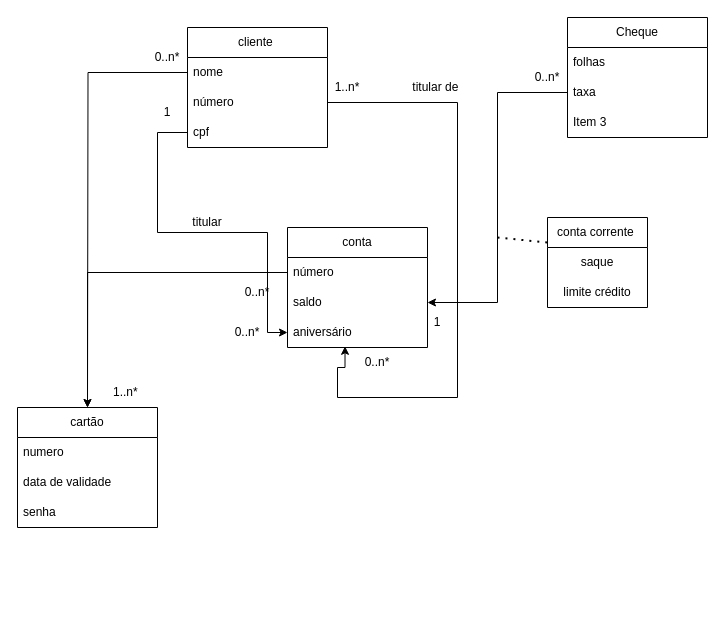
Before: page "19" (6 of 8) of pré-g2.drawio in livramos/Modelagem-de-Dados-, a draw.io diagram. Source tidied: cells renumbered, new cells numbered last; positions are measured from the earlier drawing's top-left corner, leaving out a move shared by most shapes. Both pictures are drawn from the tidied source at 100%, with x=0, y=0 at pixel (17, 17).
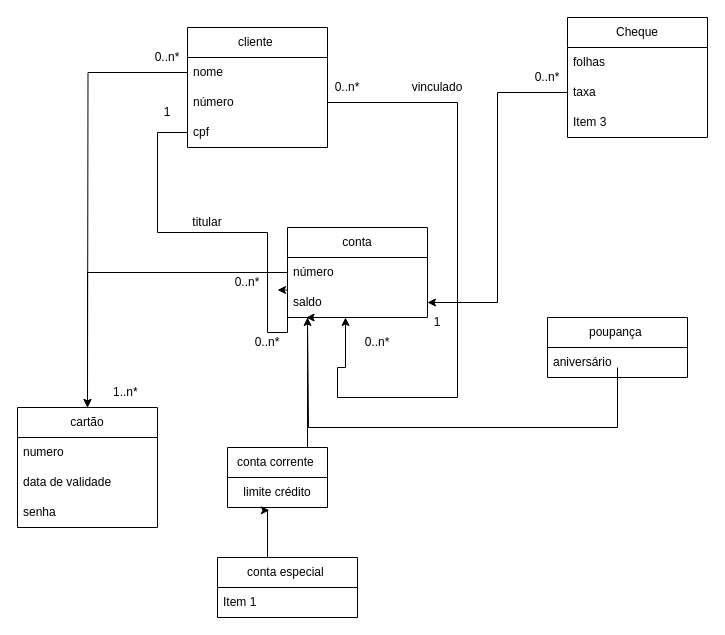
The same diagram, later.

Unchanged cells that the change refers to:
```xml
<mxCell id="4" value="saldo" style="text;strokeColor=none;fillColor=none;align=left;verticalAlign=middle;spacingLeft=4;spacingRight=4;overflow=hidden;points=[[0,0.5],[1,0.5]];portConstraint=eastwest;whiteSpace=wrap;html=1;" parent="2" vertex="1">
  <mxGeometry y="60" width="140" height="30" as="geometry" />
</mxCell>
<mxCell id="9" value="número&amp;nbsp;" style="text;strokeColor=none;fillColor=none;align=left;verticalAlign=middle;spacingLeft=4;spacingRight=4;overflow=hidden;points=[[0,0.5],[1,0.5]];portConstraint=eastwest;whiteSpace=wrap;html=1;" parent="6" vertex="1">
  <mxGeometry y="60" width="140" height="30" as="geometry" />
</mxCell>
<mxCell id="10" value="cpf" style="text;strokeColor=none;fillColor=none;align=left;verticalAlign=middle;spacingLeft=4;spacingRight=4;overflow=hidden;points=[[0,0.5],[1,0.5]];portConstraint=eastwest;whiteSpace=wrap;html=1;" parent="6" vertex="1">
  <mxGeometry y="90" width="140" height="30" as="geometry" />
</mxCell>
```

What changed in the source:
```diff
@@
     <mxCell id="2" value="conta" style="swimlane;fontStyle=0;horizontal=1;startSize=30;whiteSpace=wrap;html=1;" parent="1" vertex="1">
-      <mxGeometry x="270" y="210" width="140" height="120" as="geometry" />
+      <mxGeometry x="270" y="210" width="140" height="90" as="geometry" />
     </mxCell>
@@
-    <mxCell id="5" value="aniversário" style="text;strokeColor=none;fillColor=none;align=left;verticalAlign=middle;spacingLeft=4;spacingRight=4;overflow=hidden;points=[[0,0.5],[1,0.5]];portConstraint=eastwest;whiteSpace=wrap;html=1;" parent="2" vertex="1">
-      <mxGeometry y="90" width="140" height="30" as="geometry" />
-    </mxCell>
@@
-    <mxCell id="11" style="edgeStyle=orthogonalEdgeStyle;rounded=0;jettySize=auto;html=1;" parent="1" edge="1" source="10" target="5">
+    <mxCell id="11" style="edgeStyle=orthogonalEdgeStyle;rounded=0;jettySize=auto;html=1;entryX=1;entryY=0.75;entryDx=0;entryDy=0;" parent="1" edge="1" source="10" target="36">
       <mxGeometry relative="1" as="geometry">
         <Array as="points">
           <mxPoint x="140" y="115" />
           <mxPoint x="140" y="215" />
           <mxPoint x="250" y="215" />
           <mxPoint x="250" y="315" />
+          <mxPoint x="270" y="315" />
         </Array>
       </mxGeometry>
     </mxCell>
-    <mxCell id="12" style="edgeStyle=orthogonalEdgeStyle;rounded=0;jettySize=auto;html=1;entryX=0.411;entryY=0.96;entryDx=0;entryDy=0;entryPerimeter=0;" parent="1" edge="1" source="9" target="5">
+    <mxCell id="12" style="edgeStyle=orthogonalEdgeStyle;rounded=0;jettySize=auto;html=1;" parent="1" edge="1" source="9" target="4">
       <mxGeometry relative="1" as="geometry">
         <Array as="points">
           <mxPoint x="440" y="85" />
           <mxPoint x="440" y="380" />
           <mxPoint x="320" y="380" />
           <mxPoint x="320" y="350" />
           <mxPoint x="328" y="350" />
         </Array>
       </mxGeometry>
     </mxCell>
@@
     <mxCell id="14" value="0..n*" style="text;html=1;align=center;verticalAlign=middle;whiteSpace=wrap;rounded=0;" parent="1" vertex="1">
-      <mxGeometry x="200" y="300" width="60" height="30" as="geometry" />
+      <mxGeometry x="220" y="310" width="60" height="30" as="geometry" />
     </mxCell>
-    <mxCell id="15" value="1..n*" style="text;html=1;align=center;verticalAlign=middle;whiteSpace=wrap;rounded=0;" parent="1" vertex="1">
+    <mxCell id="15" value="0..n*" style="text;html=1;align=center;verticalAlign=middle;whiteSpace=wrap;rounded=0;" parent="1" vertex="1">
       <mxGeometry x="300" y="55" width="60" height="30" as="geometry" />
     </mxCell>
     <mxCell id="16" value="0..n*" style="text;html=1;align=center;verticalAlign=middle;whiteSpace=wrap;rounded=0;" parent="1" vertex="1">
-      <mxGeometry x="330" y="330" width="60" height="30" as="geometry" />
+      <mxGeometry x="330" y="310" width="60" height="30" as="geometry" />
     </mxCell>
-    <mxCell id="17" value="titular de&amp;nbsp;" style="text;html=1;align=center;verticalAlign=middle;whiteSpace=wrap;rounded=0;rotation=0;" parent="1" vertex="1">
+    <mxCell id="17" value="vinculado" style="text;html=1;align=center;verticalAlign=middle;whiteSpace=wrap;rounded=0;rotation=0;" parent="1" vertex="1">
       <mxGeometry x="390" y="55" width="60" height="30" as="geometry" />
     </mxCell>
@@
     <mxCell id="24" value="conta corrente&amp;nbsp;" style="swimlane;fontStyle=0;horizontal=1;startSize=30;whiteSpace=wrap;html=1;" parent="1" vertex="1">
-      <mxGeometry x="530" y="200" width="100" height="90" as="geometry" />
+      <mxGeometry x="210" y="430" width="100" height="60" as="geometry" />
     </mxCell>
-    <mxCell id="25" value="saque" style="text;html=1;align=center;verticalAlign=middle;whiteSpace=wrap;rounded=0;" parent="24" vertex="1">
-      <mxGeometry y="30" width="100" height="30" as="geometry" />
-    </mxCell>
     <mxCell id="26" value="limite crédito" style="text;html=1;align=center;verticalAlign=middle;whiteSpace=wrap;rounded=0;" parent="24" vertex="1">
-      <mxGeometry y="60" width="100" height="30" as="geometry" />
+      <mxGeometry y="30" width="100" height="30" as="geometry" />
     </mxCell>
-    <mxCell id="27" style="endArrow=none;dashed=1;html=1;dashPattern=1 3;strokeWidth=2;rounded=0;entryX=0;entryY=0.5;entryDx=0;entryDy=0;" parent="1" edge="1">
-      <mxGeometry relative="1" as="geometry">
-        <mxPoint x="480" y="220" as="sourcePoint" />
-        <mxPoint x="530" y="225" as="targetPoint" />
-      </mxGeometry>
-    </mxCell>
@@
     <mxCell id="36" value="0..n*" style="text;html=1;align=center;verticalAlign=middle;whiteSpace=wrap;rounded=0;" parent="1" vertex="1">
-      <mxGeometry x="210" y="260" width="60" height="30" as="geometry" />
+      <mxGeometry x="200" y="250" width="60" height="30" as="geometry" />
     </mxCell>
@@
+    <mxCell id="38" style="edgeStyle=orthogonalEdgeStyle;rounded=0;jettySize=auto;html=1;entryX=0.133;entryY=1;entryDx=0;entryDy=0;entryPerimeter=0;" parent="1" edge="1" source="24" target="4">
+      <mxGeometry relative="1" as="geometry">
+        <Array as="points">
+          <mxPoint x="290" y="300" />
+        </Array>
+      </mxGeometry>
+    </mxCell>
+    <mxCell id="39" style="edgeStyle=orthogonalEdgeStyle;rounded=0;jettySize=auto;html=1;entryX=0.418;entryY=1.093;entryDx=0;entryDy=0;entryPerimeter=0;" parent="1" edge="1" source="40" target="26">
+      <mxGeometry relative="1" as="geometry">
+        <Array as="points">
+          <mxPoint x="250" y="570" />
+          <mxPoint x="250" y="493" />
+        </Array>
+      </mxGeometry>
+    </mxCell>
+    <mxCell id="40" value="conta especial&amp;nbsp;" style="swimlane;fontStyle=0;horizontal=1;startSize=30;whiteSpace=wrap;html=1;" parent="1" vertex="1">
+      <mxGeometry x="200" y="540" width="140" height="60" as="geometry" />
+    </mxCell>
+    <mxCell id="41" value="Item 1" style="text;strokeColor=none;fillColor=none;align=left;verticalAlign=middle;spacingLeft=4;spacingRight=4;overflow=hidden;whiteSpace=wrap;html=1;" parent="40" vertex="1">
+      <mxGeometry y="30" width="140" height="30" as="geometry" />
+    </mxCell>
+    <mxCell id="42" value="poupança&amp;nbsp;" style="swimlane;fontStyle=0;horizontal=1;startSize=30;whiteSpace=wrap;html=1;" parent="1" vertex="1">
+      <mxGeometry x="530" y="300" width="140" height="60" as="geometry" />
+    </mxCell>
+    <mxCell id="5" value="aniversário" style="text;strokeColor=none;fillColor=none;align=left;verticalAlign=middle;spacingLeft=4;spacingRight=4;overflow=hidden;points=[[0,0.5],[1,0.5]];portConstraint=eastwest;whiteSpace=wrap;html=1;" parent="42" vertex="1">
+      <mxGeometry y="30" width="140" height="30" as="geometry" />
+    </mxCell>
+    <mxCell id="43" style="edgeStyle=orthogonalEdgeStyle;rounded=0;orthogonalLoop=1;jettySize=auto;html=1;exitX=0.5;exitY=1;exitDx=0;exitDy=0;" parent="1" edge="1" source="16" target="16">
+      <mxGeometry relative="1" as="geometry" />
+    </mxCell>
+    <mxCell id="44" style="edgeStyle=orthogonalEdgeStyle;rounded=0;orthogonalLoop=1;jettySize=auto;html=1;" parent="1" edge="1">
+      <mxGeometry relative="1" as="geometry">
+        <mxPoint x="600" y="350" as="sourcePoint" />
+        <mxPoint x="290" y="300" as="targetPoint" />
+        <Array as="points">
+          <mxPoint x="600" y="410" />
+          <mxPoint x="291" y="410" />
+        </Array>
+      </mxGeometry>
+    </mxCell>
```
